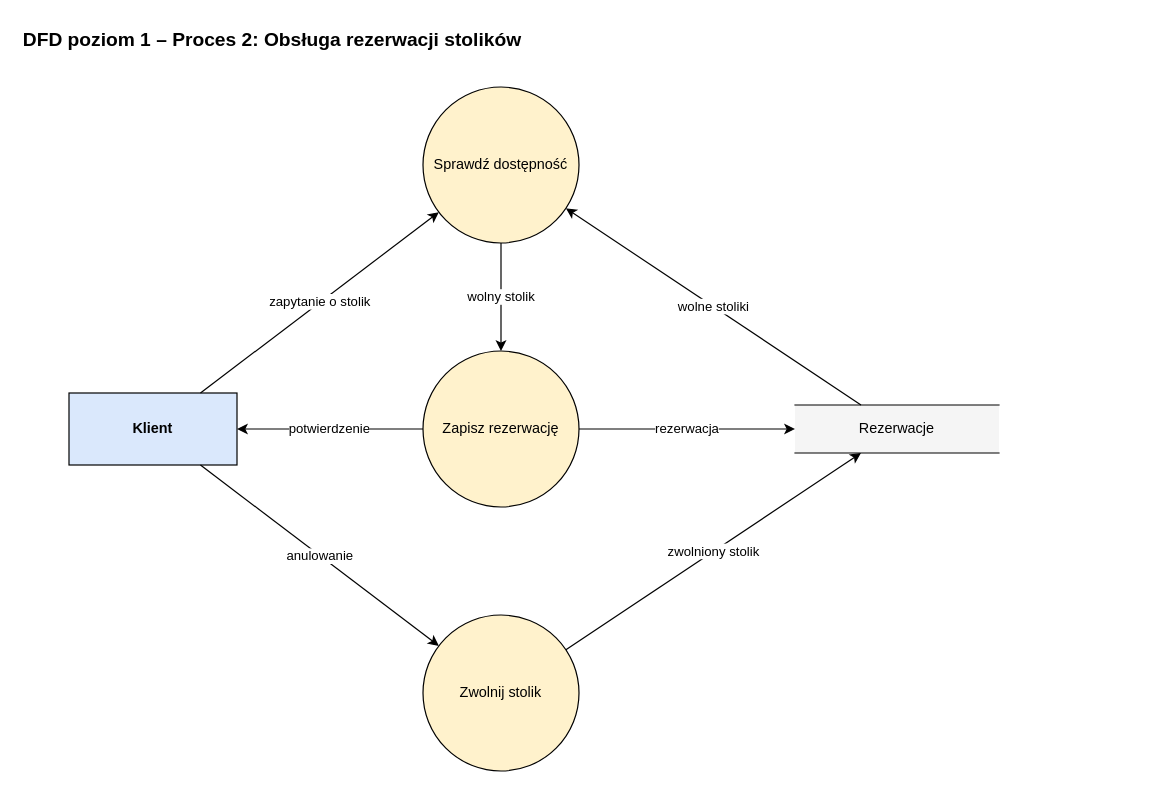
olimo54323/OiZPI-laboratorium keeps this draw.io diagram as diagramy/02_przeplyw_danych/dfd_2_rezerwacje.drawio. Above is the earlier version. Source tidied: cells renumbered, new cells numbered last; positions are measured from the earlier drawing's top-left corner, leaving out a move shared by most shapes. Both pictures are drawn from the tidied source at 120%, with x=0, y=0 at pixel (20, 20).
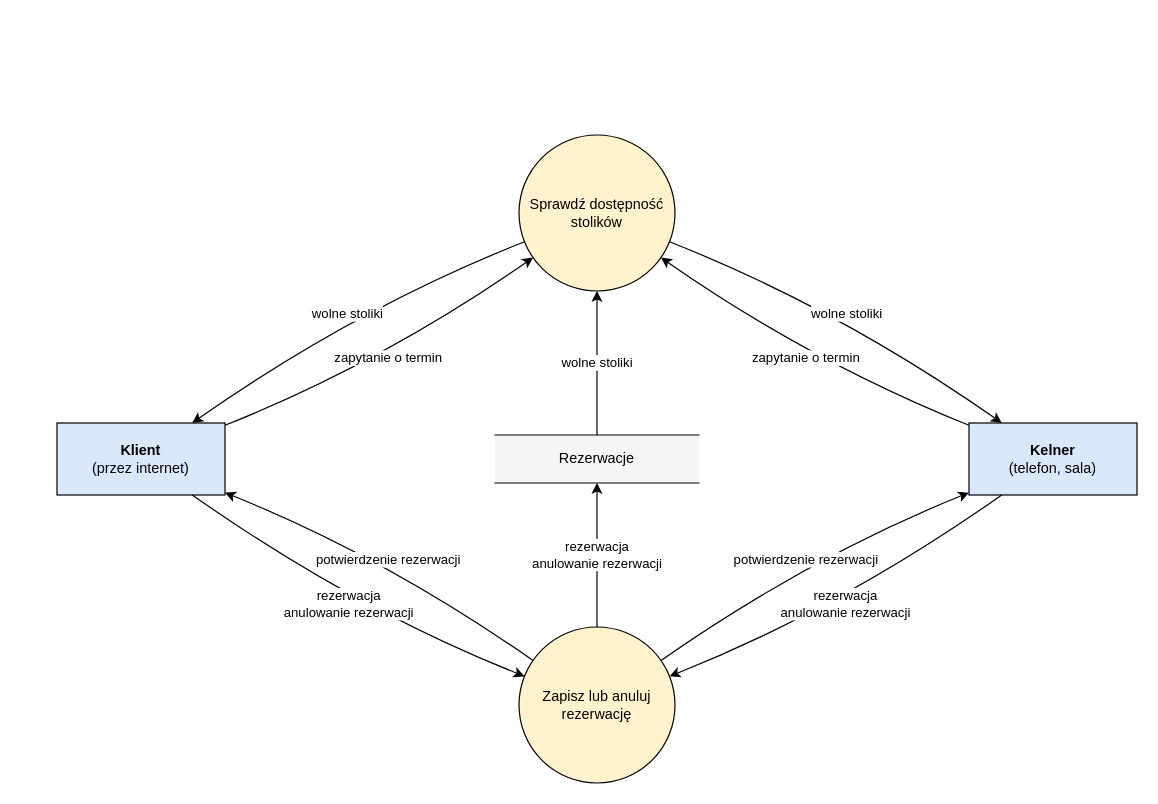
Above is the later version.

Diff of the diagram source:
```diff
@@
-    <mxCell id="2" value="DFD poziom 1 – Proces 2: Obsługa rezerwacji stolików" style="text;html=1;align=left;verticalAlign=middle;fontSize=16;fontStyle=1;" parent="1" vertex="1">
-      <mxGeometry width="500" height="30" as="geometry" />
-    </mxCell>
-    <mxCell id="3" value="Klient" style="rounded=0;whiteSpace=wrap;html=1;fillColor=#dae8fc;strokeColor=#000000;fontStyle=1;fontSize=12;" parent="1" vertex="1">
-      <mxGeometry x="40" y="310" width="140" height="60" as="geometry" />
+    <mxCell id="3" value="Klient&lt;br&gt;&lt;span style=&quot;font-weight: normal;&quot;&gt;(przez internet)&lt;/span&gt;" style="rounded=0;whiteSpace=wrap;html=1;fillColor=#dae8fc;strokeColor=#000000;fontStyle=1;fontSize=12;" parent="1" vertex="1">
+      <mxGeometry x="30" y="335" width="140" height="60" as="geometry" />
     </mxCell>
-    <mxCell id="4" value="Sprawdź dostępność" style="ellipse;whiteSpace=wrap;html=1;fillColor=#fff2cc;strokeColor=#000000;fontSize=12;" parent="1" vertex="1">
-      <mxGeometry x="335" y="55" width="130" height="130" as="geometry" />
-    </mxCell>
-    <mxCell id="5" value="Zapisz rezerwację" style="ellipse;whiteSpace=wrap;html=1;fillColor=#fff2cc;strokeColor=#000000;fontSize=12;" parent="1" vertex="1">
-      <mxGeometry x="335" y="275" width="130" height="130" as="geometry" />
-    </mxCell>
-    <mxCell id="6" value="Zwolnij stolik" style="ellipse;whiteSpace=wrap;html=1;fillColor=#fff2cc;strokeColor=#000000;fontSize=12;" parent="1" vertex="1">
-      <mxGeometry x="335" y="495" width="130" height="130" as="geometry" />
-    </mxCell>
+    <mxCell id="15" value="Kelner&lt;br&gt;&lt;span style=&quot;font-weight: normal;&quot;&gt;(telefon, sala)&lt;/span&gt;" style="rounded=0;whiteSpace=wrap;html=1;fillColor=#dae8fc;strokeColor=#000000;fontStyle=1;fontSize=12;" parent="1" vertex="1">
+      <mxGeometry x="790" y="335" width="140" height="60" as="geometry" />
+    </mxCell>
+    <mxCell id="16" value="Sprawdź dostępność stolików" style="ellipse;whiteSpace=wrap;html=1;fillColor=#fff2cc;strokeColor=#000000;fontSize=12;" parent="1" vertex="1">
+      <mxGeometry x="415" y="95" width="130" height="130" as="geometry" />
+    </mxCell>
+    <mxCell id="17" value="Zapisz lub anuluj rezerwację" style="ellipse;whiteSpace=wrap;html=1;fillColor=#fff2cc;strokeColor=#000000;fontSize=12;" parent="1" vertex="1">
+      <mxGeometry x="415" y="505" width="130" height="130" as="geometry" />
+    </mxCell>
     <mxCell id="7" value="Rezerwacje" style="shape=partialRectangle;whiteSpace=wrap;html=1;left=0;right=0;fillColor=#f5f5f5;strokeColor=#000000;fontSize=12;" parent="1" vertex="1">
-      <mxGeometry x="645" y="320" width="170" height="40" as="geometry" />
+      <mxGeometry x="395" y="345" width="170" height="40" as="geometry" />
     </mxCell>
-    <mxCell id="8" value="zapytanie o stolik" style="endArrow=classic;endFill=1;html=1;rounded=0;labelBackgroundColor=#ffffff;fontSize=11;strokeColor=#000000;" parent="1" edge="1" source="3" target="4">
-      <mxGeometry relative="1" as="geometry" />
+    <mxCell id="8" value="zapytanie o termin" style="endArrow=classic;endFill=1;html=1;curved=1;labelBackgroundColor=#ffffff;fontSize=11;strokeColor=#000000;" parent="1" edge="1" source="3" target="16">
+      <mxGeometry relative="1" as="geometry">
+        <Array as="points">
+          <mxPoint x="302" y="284" />
+        </Array>
+      </mxGeometry>
     </mxCell>
-    <mxCell id="9" value="wolne stoliki" style="endArrow=classic;endFill=1;html=1;rounded=0;labelBackgroundColor=#ffffff;fontSize=11;strokeColor=#000000;" parent="1" edge="1" source="7" target="4">
-      <mxGeometry relative="1" as="geometry" />
+    <mxCell id="9" value="wolne stoliki" style="endArrow=classic;endFill=1;html=1;curved=1;labelBackgroundColor=#ffffff;fontSize=11;strokeColor=#000000;" parent="1" edge="1" source="16" target="3">
+      <mxGeometry relative="1" as="geometry">
+        <Array as="points">
+          <mxPoint x="278" y="240" />
+        </Array>
+      </mxGeometry>
     </mxCell>
-    <mxCell id="10" value="wolny stolik" style="endArrow=classic;endFill=1;html=1;rounded=0;labelBackgroundColor=#ffffff;fontSize=11;strokeColor=#000000;" parent="1" edge="1" source="4" target="5">
-      <mxGeometry relative="1" as="geometry" />
+    <mxCell id="10" value="rezerwacja&lt;br&gt;anulowanie rezerwacji" style="endArrow=classic;endFill=1;html=1;curved=1;labelBackgroundColor=#ffffff;fontSize=11;strokeColor=#000000;" parent="1" edge="1" source="3" target="17">
+      <mxGeometry relative="1" as="geometry">
+        <Array as="points">
+          <mxPoint x="278" y="490" />
+        </Array>
+      </mxGeometry>
     </mxCell>
-    <mxCell id="11" value="rezerwacja" style="endArrow=classic;endFill=1;html=1;rounded=0;labelBackgroundColor=#ffffff;fontSize=11;strokeColor=#000000;" parent="1" edge="1" source="5" target="7">
-      <mxGeometry relative="1" as="geometry" />
+    <mxCell id="11" value="potwierdzenie rezerwacji" style="endArrow=classic;endFill=1;html=1;curved=1;labelBackgroundColor=#ffffff;fontSize=11;strokeColor=#000000;" parent="1" edge="1" source="17" target="3">
+      <mxGeometry relative="1" as="geometry">
+        <Array as="points">
+          <mxPoint x="302" y="446" />
+        </Array>
+      </mxGeometry>
     </mxCell>
-    <mxCell id="12" value="potwierdzenie" style="endArrow=classic;endFill=1;html=1;rounded=0;labelBackgroundColor=#ffffff;fontSize=11;strokeColor=#000000;" parent="1" edge="1" source="5" target="3">
-      <mxGeometry relative="1" as="geometry" />
+    <mxCell id="12" value="zapytanie o termin" style="endArrow=classic;endFill=1;html=1;curved=1;labelBackgroundColor=#ffffff;fontSize=11;strokeColor=#000000;" parent="1" edge="1" source="15" target="16">
+      <mxGeometry relative="1" as="geometry">
+        <Array as="points">
+          <mxPoint x="658" y="284" />
+        </Array>
+      </mxGeometry>
     </mxCell>
-    <mxCell id="13" value="anulowanie" style="endArrow=classic;endFill=1;html=1;rounded=0;labelBackgroundColor=#ffffff;fontSize=11;strokeColor=#000000;" parent="1" edge="1" source="3" target="6">
-      <mxGeometry relative="1" as="geometry" />
+    <mxCell id="13" value="wolne stoliki" style="endArrow=classic;endFill=1;html=1;curved=1;labelBackgroundColor=#ffffff;fontSize=11;strokeColor=#000000;" parent="1" edge="1" source="16" target="15">
+      <mxGeometry relative="1" as="geometry">
+        <Array as="points">
+          <mxPoint x="682" y="240" />
+        </Array>
+      </mxGeometry>
     </mxCell>
-    <mxCell id="14" value="zwolniony stolik" style="endArrow=classic;endFill=1;html=1;rounded=0;labelBackgroundColor=#ffffff;fontSize=11;strokeColor=#000000;" parent="1" edge="1" source="6" target="7">
-      <mxGeometry relative="1" as="geometry" />
+    <mxCell id="14" value="rezerwacja&lt;br&gt;anulowanie rezerwacji" style="endArrow=classic;endFill=1;html=1;curved=1;labelBackgroundColor=#ffffff;fontSize=11;strokeColor=#000000;" parent="1" edge="1" source="15" target="17">
+      <mxGeometry relative="1" as="geometry">
+        <Array as="points">
+          <mxPoint x="682" y="490" />
+        </Array>
+      </mxGeometry>
     </mxCell>
+    <mxCell id="18" value="potwierdzenie rezerwacji" style="endArrow=classic;endFill=1;html=1;curved=1;labelBackgroundColor=#ffffff;fontSize=11;strokeColor=#000000;" parent="1" edge="1" source="17" target="15">
+      <mxGeometry relative="1" as="geometry">
+        <Array as="points">
+          <mxPoint x="658" y="446" />
+        </Array>
+      </mxGeometry>
+    </mxCell>
+    <mxCell id="19" value="wolne stoliki" style="endArrow=classic;endFill=1;html=1;rounded=0;labelBackgroundColor=#ffffff;fontSize=11;strokeColor=#000000;" parent="1" edge="1" source="7" target="16">
+      <mxGeometry relative="1" as="geometry" />
+    </mxCell>
+    <mxCell id="20" value="rezerwacja&lt;br&gt;anulowanie rezerwacji" style="endArrow=classic;endFill=1;html=1;rounded=0;labelBackgroundColor=#ffffff;fontSize=11;strokeColor=#000000;" parent="1" edge="1" source="17" target="7">
+      <mxGeometry relative="1" as="geometry" />
+    </mxCell>
```
